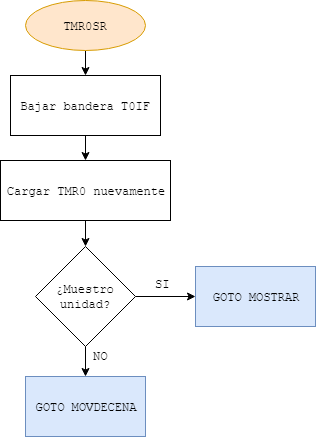
Above: TPFinal/Diagramas/TMR0.png in tomasspi/EDII (draw.io), before the change. Source tidied: cells renumbered, new cells last; positions are measured from the earlier drawing's top-left corner, leaving out a move shared by most shapes. Its diagram source:
```xml
<mxGraphModel>
  <root>
    <mxCell id="0" />
    <mxCell id="1" parent="0" />
    <mxCell id="2" style="edgeStyle=orthogonalEdgeStyle;rounded=0;jettySize=auto;html=1;entryX=0.5;entryY=0;entryDx=0;entryDy=0;" parent="1" edge="1" source="3" target="5">
      <mxGeometry relative="1" as="geometry" />
    </mxCell>
    <mxCell id="3" value="&lt;font face=&quot;Courier New&quot;&gt;TMR0SR&lt;/font&gt;" style="ellipse;whiteSpace=wrap;html=1;fillColor=#ffe6cc;strokeColor=#d79b00;" parent="1" vertex="1">
      <mxGeometry x="25" width="120" height="50" as="geometry" />
    </mxCell>
    <mxCell id="4" style="edgeStyle=orthogonalEdgeStyle;rounded=0;jettySize=auto;html=1;entryX=0.5;entryY=0;entryDx=0;entryDy=0;" parent="1" edge="1" source="5" target="7">
      <mxGeometry relative="1" as="geometry" />
    </mxCell>
    <mxCell id="5" value="&lt;font face=&quot;Courier New&quot;&gt;Bajar bandera T0IF&lt;/font&gt;" style="rounded=0;whiteSpace=wrap;html=1;" parent="1" vertex="1">
      <mxGeometry x="10" y="75" width="150" height="60" as="geometry" />
    </mxCell>
    <mxCell id="6" style="edgeStyle=orthogonalEdgeStyle;rounded=0;jettySize=auto;html=1;exitX=0.5;exitY=1;exitDx=0;exitDy=0;entryX=0.5;entryY=0;entryDx=0;entryDy=0;" parent="1" edge="1" source="7" target="10">
      <mxGeometry relative="1" as="geometry" />
    </mxCell>
    <mxCell id="7" value="&lt;font face=&quot;Courier New&quot;&gt;Cargar TMR0 nuevamente&lt;/font&gt;" style="rounded=0;whiteSpace=wrap;html=1;" parent="1" vertex="1">
      <mxGeometry y="160" width="170" height="60" as="geometry" />
    </mxCell>
    <mxCell id="8" style="edgeStyle=orthogonalEdgeStyle;rounded=0;jettySize=auto;html=1;exitX=0.5;exitY=1;exitDx=0;exitDy=0;entryX=0.5;entryY=0;entryDx=0;entryDy=0;" parent="1" edge="1" source="10" target="12">
      <mxGeometry relative="1" as="geometry" />
    </mxCell>
    <mxCell id="9" style="edgeStyle=orthogonalEdgeStyle;rounded=0;jettySize=auto;html=1;exitX=1;exitY=0.5;exitDx=0;exitDy=0;entryX=0;entryY=0.5;entryDx=0;entryDy=0;" parent="1" edge="1" source="10" target="11">
      <mxGeometry relative="1" as="geometry" />
    </mxCell>
    <mxCell id="10" value="&lt;font face=&quot;Courier New&quot;&gt;¿Muestro unidad?&lt;/font&gt;" style="rhombus;whiteSpace=wrap;html=1;" parent="1" vertex="1">
      <mxGeometry x="35" y="246" width="100" height="100" as="geometry" />
    </mxCell>
    <mxCell id="11" value="&lt;font face=&quot;Courier New&quot;&gt;GOTO MOSTRAR&lt;/font&gt;" style="rounded=0;whiteSpace=wrap;html=1;fillColor=#dae8fc;strokeColor=#6c8ebf;" parent="1" vertex="1">
      <mxGeometry x="195" y="266" width="120" height="60" as="geometry" />
    </mxCell>
    <mxCell id="12" value="&lt;font face=&quot;Courier New&quot;&gt;GOTO MOVDECENA&lt;/font&gt;" style="rounded=0;whiteSpace=wrap;html=1;fillColor=#dae8fc;strokeColor=#6c8ebf;" parent="1" vertex="1">
      <mxGeometry x="25" y="376" width="120" height="60" as="geometry" />
    </mxCell>
    <mxCell id="13" value="&lt;font face=&quot;Courier New&quot;&gt;SI&lt;/font&gt;" style="text;html=1;align=left;verticalAlign=top;spacingTop=-4;" parent="1" vertex="1">
      <mxGeometry x="153" y="274" width="30" height="20" as="geometry" />
    </mxCell>
    <mxCell id="14" value="&lt;font face=&quot;Courier New&quot;&gt;NO&lt;/font&gt;" style="text;html=1;align=left;verticalAlign=top;spacingTop=-4;" parent="1" vertex="1">
      <mxGeometry x="91" y="346" width="30" height="20" as="geometry" />
    </mxCell>
  </root>
</mxGraphModel>
```
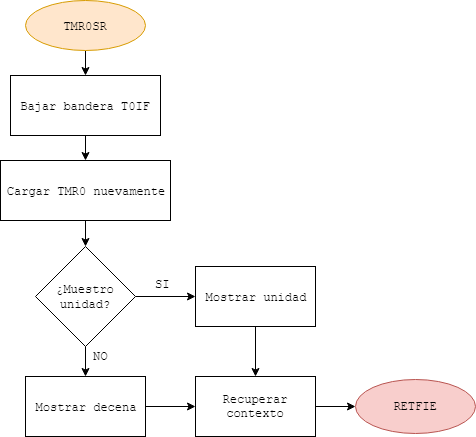
After the change.

Diff of the diagram source:
```diff
@@ -29,10 +29,16 @@
     <mxCell id="10" value="&lt;font face=&quot;Courier New&quot;&gt;¿Muestro unidad?&lt;/font&gt;" style="rhombus;whiteSpace=wrap;html=1;" parent="1" vertex="1">
       <mxGeometry x="35" y="246" width="100" height="100" as="geometry" />
     </mxCell>
+    <mxCell id="15" style="edgeStyle=orthogonalEdgeStyle;rounded=0;jettySize=auto;html=1;entryX=0.5;entryY=0;entryDx=0;entryDy=0;fontFamily=Courier New;" parent="1" edge="1" source="11" target="18">
+      <mxGeometry relative="1" as="geometry" />
+    </mxCell>
-    <mxCell id="11" value="&lt;font face=&quot;Courier New&quot;&gt;GOTO MOSTRAR&lt;/font&gt;" style="rounded=0;whiteSpace=wrap;html=1;fillColor=#dae8fc;strokeColor=#6c8ebf;" parent="1" vertex="1">
+    <mxCell id="11" value="&lt;font face=&quot;Courier New&quot;&gt;Mostrar unidad&lt;/font&gt;" style="rounded=0;whiteSpace=wrap;html=1;" parent="1" vertex="1">
       <mxGeometry x="195" y="266" width="120" height="60" as="geometry" />
     </mxCell>
+    <mxCell id="16" style="edgeStyle=orthogonalEdgeStyle;rounded=0;jettySize=auto;html=1;entryX=0;entryY=0.5;entryDx=0;entryDy=0;fontFamily=Courier New;" parent="1" edge="1" source="12" target="18">
+      <mxGeometry relative="1" as="geometry" />
+    </mxCell>
-    <mxCell id="12" value="&lt;font face=&quot;Courier New&quot;&gt;GOTO MOVDECENA&lt;/font&gt;" style="rounded=0;whiteSpace=wrap;html=1;fillColor=#dae8fc;strokeColor=#6c8ebf;" parent="1" vertex="1">
+    <mxCell id="12" value="&lt;font face=&quot;Courier New&quot;&gt;Mostrar decena&lt;/font&gt;" style="rounded=0;whiteSpace=wrap;html=1;" parent="1" vertex="1">
       <mxGeometry x="25" y="376" width="120" height="60" as="geometry" />
     </mxCell>
     <mxCell id="13" value="&lt;font face=&quot;Courier New&quot;&gt;SI&lt;/font&gt;" style="text;html=1;align=left;verticalAlign=top;spacingTop=-4;" parent="1" vertex="1">
@@ -41,5 +47,16 @@
     <mxCell id="14" value="&lt;font face=&quot;Courier New&quot;&gt;NO&lt;/font&gt;" style="text;html=1;align=left;verticalAlign=top;spacingTop=-4;" parent="1" vertex="1">
       <mxGeometry x="91" y="346" width="30" height="20" as="geometry" />
     </mxCell>
+    <mxCell id="17" style="edgeStyle=orthogonalEdgeStyle;rounded=0;jettySize=auto;html=1;entryX=0;entryY=0.5;entryDx=0;entryDy=0;fontFamily=Courier New;" parent="1" edge="1" source="18">
+      <mxGeometry relative="1" as="geometry">
+        <mxPoint x="355" y="406" as="targetPoint" />
+      </mxGeometry>
+    </mxCell>
+    <mxCell id="18" value="Recuperar contexto&lt;br&gt;" style="rounded=0;whiteSpace=wrap;html=1;fontFamily=Courier New;" parent="1" vertex="1">
+      <mxGeometry x="195" y="376" width="120" height="60" as="geometry" />
+    </mxCell>
+    <mxCell id="19" value="RETFIE" style="ellipse;whiteSpace=wrap;html=1;fillColor=#f8cecc;strokeColor=#b85450;fontFamily=Courier New;" parent="1" vertex="1">
+      <mxGeometry x="355" y="379" width="120" height="54" as="geometry" />
+    </mxCell>
   </root>
 </mxGraphModel>
```
